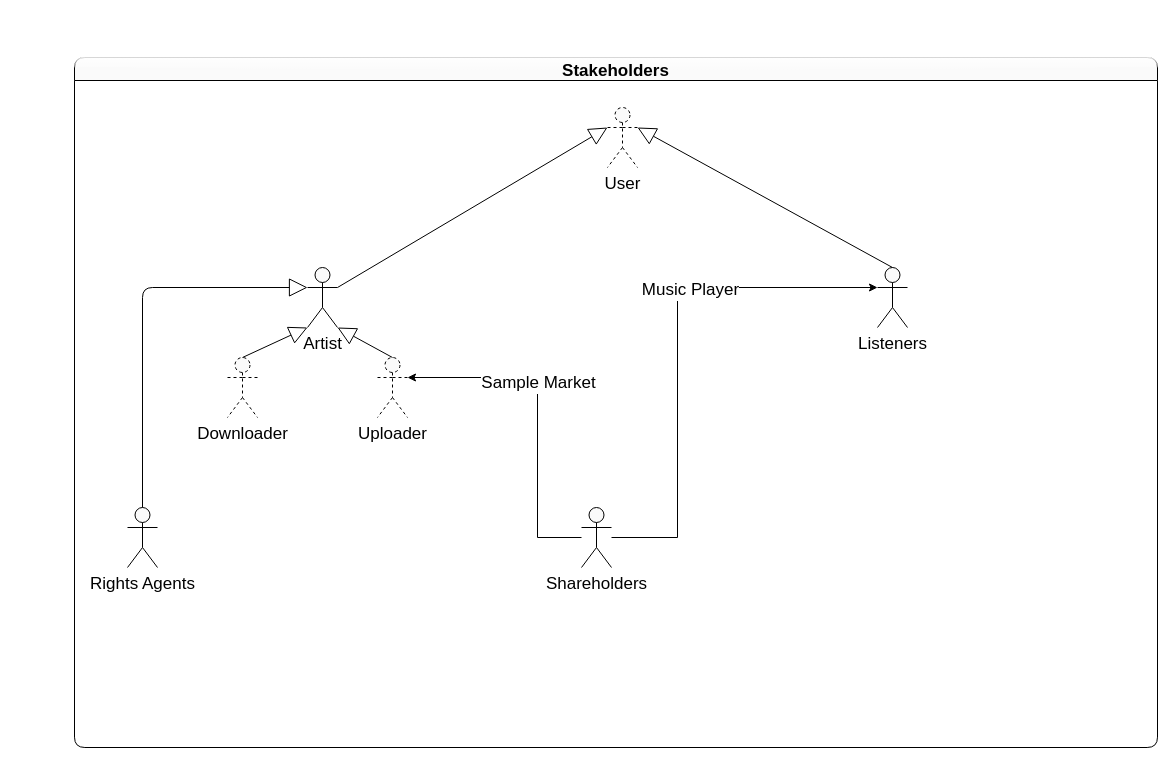
maximilian-mintchev/Diagrams keeps this draw.io diagram as page "Stakeholders" (24 of 25) of beatblender_diagrams.drawio. Above is the earlier version. Source tidied: cells renumbered, new cells numbered last; positions are measured from the earlier drawing's top-left corner, leaving out a move shared by most shapes. Both pictures are drawn from the tidied source at 100%, with x=0, y=0 at pixel (74, 57).
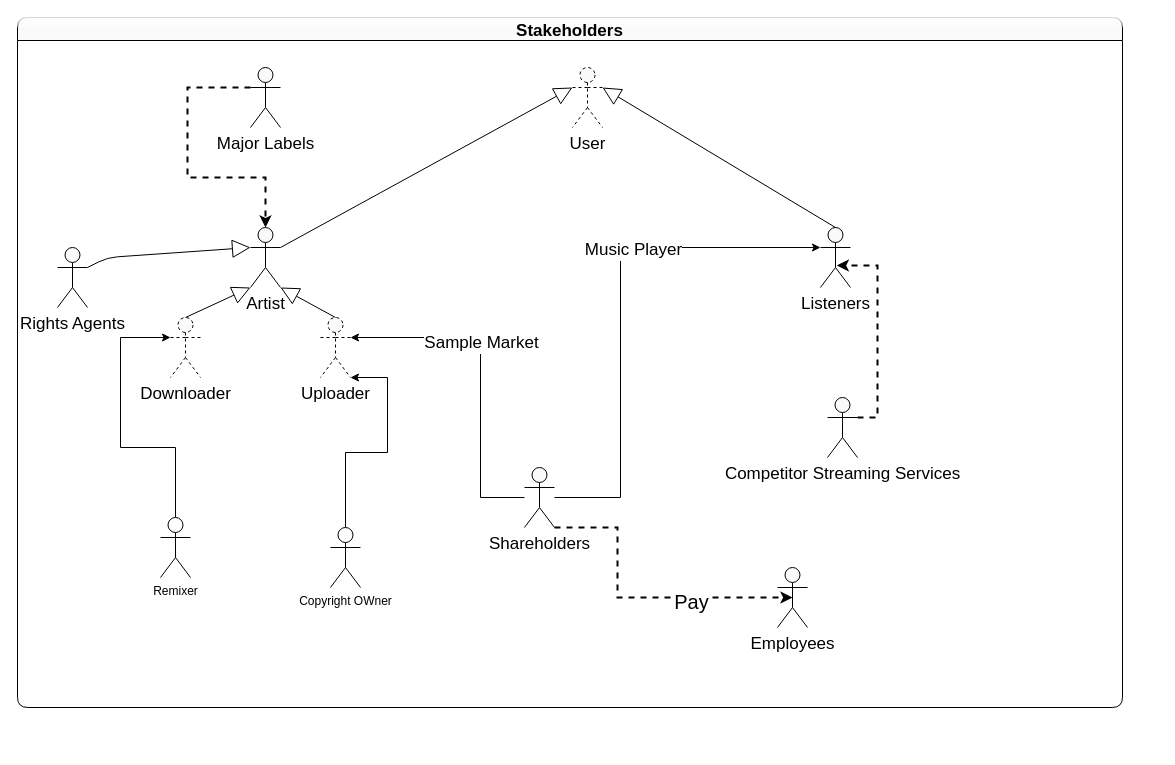
The same page after the edit.

Unchanged cells that the change refers to:
```xml
<mxCell id="3" value="Artist" style="shape=umlActor;verticalLabelPosition=bottom;verticalAlign=top;html=1;outlineConnect=0;rounded=1;shadow=0;glass=1;sketch=0;fontSize=17;strokeColor=#000000;strokeWidth=1;fillColor=#FAFAFA;" parent="2" vertex="1">
  <mxGeometry x="233" y="210" width="30" height="60" as="geometry" />
</mxCell>
<mxCell id="4" value="Downloader" style="shape=umlActor;verticalLabelPosition=bottom;verticalAlign=top;html=1;outlineConnect=0;rounded=1;shadow=0;glass=1;sketch=0;fontSize=17;strokeColor=#000000;strokeWidth=1;fillColor=#FAFAFA;dashed=1;" parent="2" vertex="1">
  <mxGeometry x="153" y="300" width="30" height="60" as="geometry" />
</mxCell>
<mxCell id="10" value="Shareholders" style="shape=umlActor;verticalLabelPosition=bottom;verticalAlign=top;html=1;outlineConnect=0;rounded=1;shadow=0;glass=1;sketch=0;fontSize=17;strokeColor=#000000;strokeWidth=1;fillColor=#FAFAFA;" parent="2" vertex="1">
  <mxGeometry x="507" y="450" width="30" height="60" as="geometry" />
</mxCell>
<mxCell id="11" value="Listeners" style="shape=umlActor;verticalLabelPosition=bottom;verticalAlign=top;html=1;rounded=1;shadow=0;glass=1;sketch=0;fontSize=17;strokeColor=#000000;strokeWidth=1;fillColor=#FAFAFA;" parent="2" vertex="1">
  <mxGeometry x="803" y="210" width="30" height="60" as="geometry" />
</mxCell>
<mxCell id="13" value="Uploader" style="shape=umlActor;verticalLabelPosition=bottom;verticalAlign=top;html=1;outlineConnect=0;rounded=1;shadow=0;glass=1;sketch=0;fontSize=17;strokeColor=#000000;strokeWidth=1;fillColor=#FAFAFA;dashed=1;" parent="2" vertex="1">
  <mxGeometry x="303" y="300" width="30" height="60" as="geometry" />
</mxCell>
```

Change to the diagram source:
```diff
@@
     <mxCell id="2" value="Stakeholders" style="swimlane;rounded=1;shadow=0;glass=1;sketch=0;fontSize=17;strokeWidth=1;fillColor=#FAFAFA;" parent="1" vertex="1">
-      <mxGeometry width="1083" height="690" as="geometry" />
+      <mxGeometry x="-57" y="-40" width="1105" height="690" as="geometry" />
     </mxCell>
@@
+    <mxCell id="19" style="edgeStyle=orthogonalEdgeStyle;rounded=0;jettySize=auto;html=1;entryX=0.5;entryY=0.5;entryDx=0;entryDy=0;entryPerimeter=0;dashed=1;fontSize=20;strokeWidth=2;exitX=1;exitY=1;exitDx=0;exitDy=0;exitPerimeter=0;" parent="2" edge="1" source="10" target="21">
+      <mxGeometry relative="1" as="geometry">
+        <Array as="points">
+          <mxPoint x="600" y="510" />
+          <mxPoint x="600" y="580" />
+        </Array>
+      </mxGeometry>
+    </mxCell>
+    <mxCell id="20" value="Pay" style="edgeLabel;html=1;align=center;verticalAlign=middle;fontSize=20;" parent="19" vertex="1">
+      <mxGeometry x="0.34" y="-3" relative="1" as="geometry" />
+    </mxCell>
@@
     <mxCell id="12" value="Rights Agents" style="shape=umlActor;verticalLabelPosition=bottom;verticalAlign=top;html=1;outlineConnect=0;rounded=1;shadow=0;glass=1;sketch=0;fontSize=17;strokeColor=#000000;strokeWidth=1;fillColor=#FAFAFA;" parent="2" vertex="1">
-      <mxGeometry x="53" y="450" width="30" height="60" as="geometry" />
+      <mxGeometry x="40" y="230" width="30" height="60" as="geometry" />
     </mxCell>
@@
-    <mxCell id="15" style="endArrow=block;endSize=16;endFill=0;html=1;fontSize=17;exitX=0.5;exitY=0;exitDx=0;exitDy=0;exitPerimeter=0;entryX=0;entryY=0.3333333333333333;entryDx=0;entryDy=0;entryPerimeter=0;" parent="2" edge="1" source="12" target="3">
+    <mxCell id="15" style="endArrow=block;endSize=16;endFill=0;html=1;fontSize=17;exitX=1;exitY=0.3333333333333333;exitDx=0;exitDy=0;exitPerimeter=0;entryX=0;entryY=0.3333333333333333;entryDx=0;entryDy=0;entryPerimeter=0;" parent="2" edge="1" source="12" target="3">
       <mxGeometry x="0.12" y="-10" relative="1" as="geometry">
         <Array as="points">
-          <mxPoint x="68" y="230" />
+          <mxPoint x="90" y="240" />
         </Array>
       </mxGeometry>
     </mxCell>
+    <mxCell id="21" value="Employees" style="shape=umlActor;verticalLabelPosition=bottom;verticalAlign=top;html=1;outlineConnect=0;rounded=1;shadow=0;glass=1;sketch=0;fontSize=17;strokeColor=#000000;strokeWidth=1;fillColor=#FAFAFA;" parent="2" vertex="1">
+      <mxGeometry x="760" y="550" width="30" height="60" as="geometry" />
+    </mxCell>
+    <mxCell id="22" style="edgeStyle=orthogonalEdgeStyle;rounded=0;jettySize=auto;html=1;entryX=1;entryY=1;entryDx=0;entryDy=0;entryPerimeter=0;" parent="2" edge="1" source="23" target="13">
+      <mxGeometry relative="1" as="geometry">
+        <Array as="points">
+          <mxPoint x="328" y="435" />
+          <mxPoint x="370" y="435" />
+          <mxPoint x="370" y="360" />
+        </Array>
+      </mxGeometry>
+    </mxCell>
+    <mxCell id="23" value="Copyright OWner" style="shape=umlActor;verticalLabelPosition=bottom;verticalAlign=top;html=1;outlineConnect=0;" parent="2" vertex="1">
+      <mxGeometry x="313" y="510" width="30" height="60" as="geometry" />
+    </mxCell>
+    <mxCell id="24" style="edgeStyle=orthogonalEdgeStyle;rounded=0;jettySize=auto;html=1;entryX=0;entryY=0.3333333333333333;entryDx=0;entryDy=0;entryPerimeter=0;" parent="2" edge="1" source="25" target="4">
+      <mxGeometry relative="1" as="geometry">
+        <Array as="points">
+          <mxPoint x="158" y="430" />
+          <mxPoint x="103" y="430" />
+          <mxPoint x="103" y="320" />
+        </Array>
+      </mxGeometry>
+    </mxCell>
+    <mxCell id="25" value="Remixer" style="shape=umlActor;verticalLabelPosition=bottom;verticalAlign=top;html=1;outlineConnect=0;" parent="2" vertex="1">
+      <mxGeometry x="143" y="500" width="30" height="60" as="geometry" />
+    </mxCell>
+    <mxCell id="26" style="edgeStyle=orthogonalEdgeStyle;rounded=0;jettySize=auto;html=1;entryX=0.5;entryY=0;entryDx=0;entryDy=0;entryPerimeter=0;dashed=1;fontSize=20;strokeWidth=2;exitX=0;exitY=0.3333333333333333;exitDx=0;exitDy=0;exitPerimeter=0;" parent="2" edge="1" source="27" target="3">
+      <mxGeometry relative="1" as="geometry">
+        <Array as="points">
+          <mxPoint x="170" y="70" />
+          <mxPoint x="170" y="160" />
+          <mxPoint x="248" y="160" />
+        </Array>
+      </mxGeometry>
+    </mxCell>
+    <mxCell id="27" value="Major Labels" style="shape=umlActor;verticalLabelPosition=bottom;verticalAlign=top;html=1;outlineConnect=0;rounded=1;shadow=0;glass=1;sketch=0;fontSize=17;strokeColor=#000000;strokeWidth=1;fillColor=#FAFAFA;" parent="2" vertex="1">
+      <mxGeometry x="233" y="50" width="30" height="60" as="geometry" />
+    </mxCell>
     <mxCell id="16" value="User" style="shape=umlActor;verticalLabelPosition=bottom;verticalAlign=top;html=1;outlineConnect=0;rounded=1;shadow=0;glass=1;sketch=0;fontSize=17;strokeColor=#000000;strokeWidth=1;fillColor=#FAFAFA;dashed=1;" parent="1" vertex="1">
-      <mxGeometry x="533" y="50" width="30" height="60" as="geometry" />
+      <mxGeometry x="498" y="10" width="30" height="60" as="geometry" />
     </mxCell>
@@
+    <mxCell id="28" style="edgeStyle=orthogonalEdgeStyle;rounded=0;jettySize=auto;html=1;entryX=0.544;entryY=0.633;entryDx=0;entryDy=0;entryPerimeter=0;dashed=1;fontSize=20;strokeWidth=2;exitX=1;exitY=0.3333333333333333;exitDx=0;exitDy=0;exitPerimeter=0;" parent="1" edge="1" source="29" target="11">
+      <mxGeometry relative="1" as="geometry">
+        <Array as="points">
+          <mxPoint x="803" y="360" />
+          <mxPoint x="803" y="208" />
+        </Array>
+      </mxGeometry>
+    </mxCell>
+    <mxCell id="29" value="Competitor Streaming Services" style="shape=umlActor;verticalLabelPosition=bottom;verticalAlign=top;html=1;outlineConnect=0;rounded=1;shadow=0;glass=1;sketch=0;fontSize=17;strokeColor=#000000;strokeWidth=1;fillColor=#FAFAFA;" parent="1" vertex="1">
+      <mxGeometry x="753" y="340" width="30" height="60" as="geometry" />
+    </mxCell>
```
